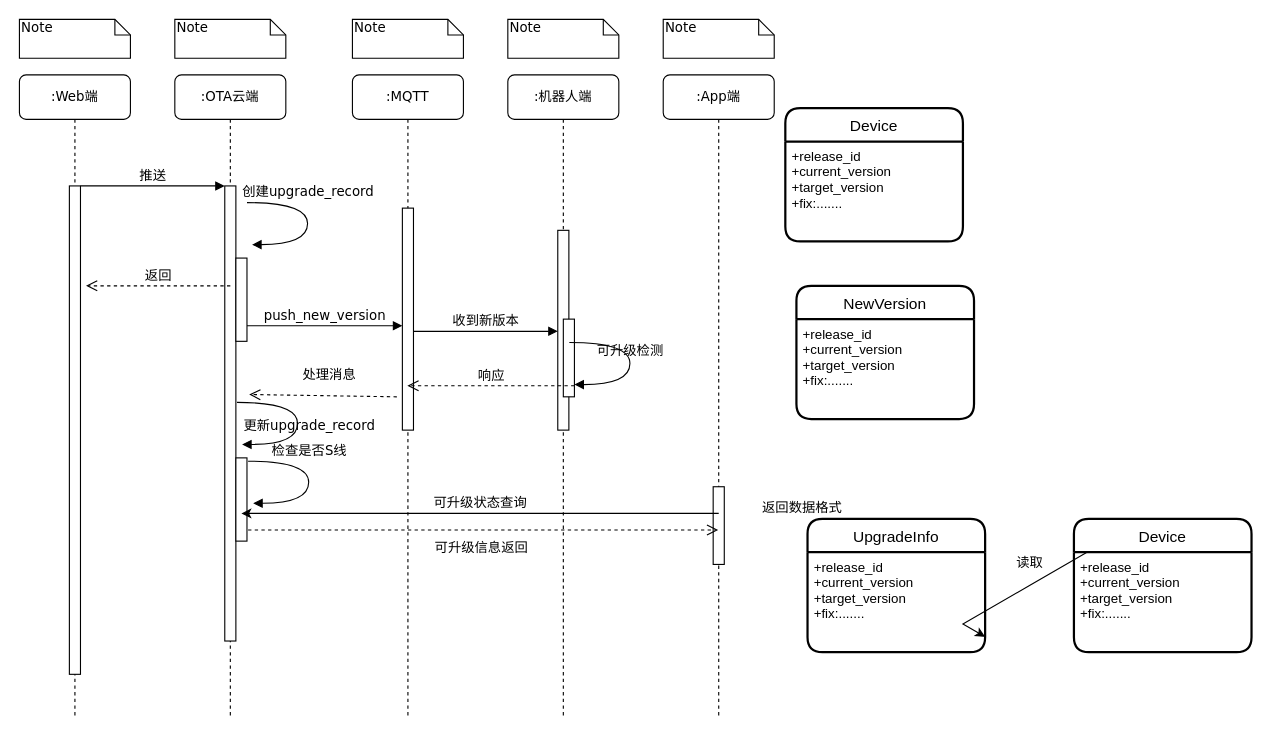
Earlier version of the draw.io diagram craft/push_flow.drawio (feihu618/drawio). Source tidied: cells renumbered, new cells numbered last; positions are measured from the earlier drawing's top-left corner, leaving out a move shared by most shapes. Both pictures are drawn from the tidied source at 111%, with x=0, y=0 at pixel (19, 19).
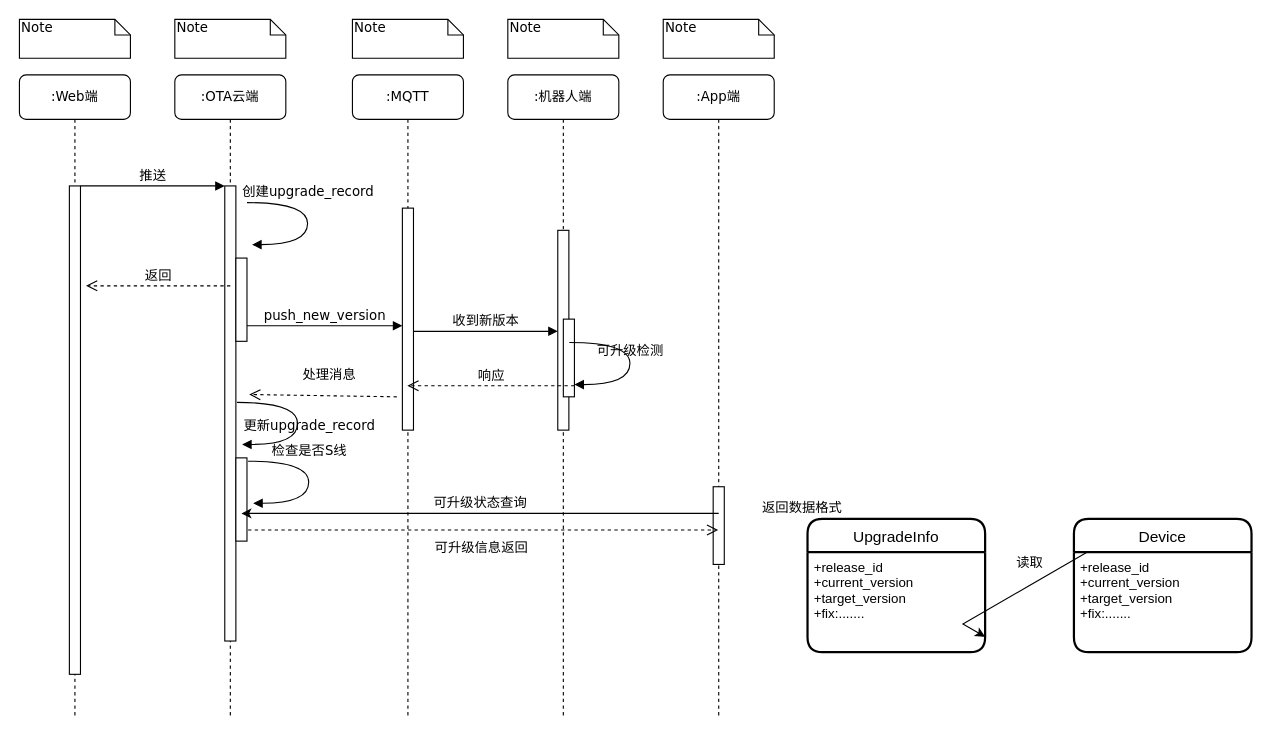
The same diagram, later.

Diff of the diagram source:
```diff
@@
-    <mxCell id="40" value="NewVersion" style="swimlane;horizontal=1;startSize=30;rounded=1;fontSize=14;fontStyle=0;strokeWidth=2;shadow=0;dashed=0;align=center;" parent="1" vertex="1">
-      <mxGeometry x="700" y="240" width="160" height="120" as="geometry" />
-    </mxCell>
-    <mxCell id="41" value="+release_id&#10;+current_version&#10;+target_version&#10;+fix:......." style="align=left;strokeColor=none;fillColor=none;spacingLeft=4;fontSize=12;verticalAlign=top;" parent="40" vertex="1">
-      <mxGeometry y="30" width="160" height="90" as="geometry" />
-    </mxCell>
-    <mxCell id="42" value="Device" style="swimlane;horizontal=1;startSize=30;rounded=1;fontSize=14;fontStyle=0;strokeWidth=2;shadow=0;dashed=0;align=center;" parent="1" vertex="1">
-      <mxGeometry x="690" y="80" width="160" height="120" as="geometry" />
-    </mxCell>
-    <mxCell id="43" value="+release_id&#10;+current_version&#10;+target_version&#10;+fix:......." style="align=left;strokeColor=none;fillColor=none;spacingLeft=4;fontSize=12;verticalAlign=top;" parent="42" vertex="1">
-      <mxGeometry y="30" width="160" height="90" as="geometry" />
-    </mxCell>
```
